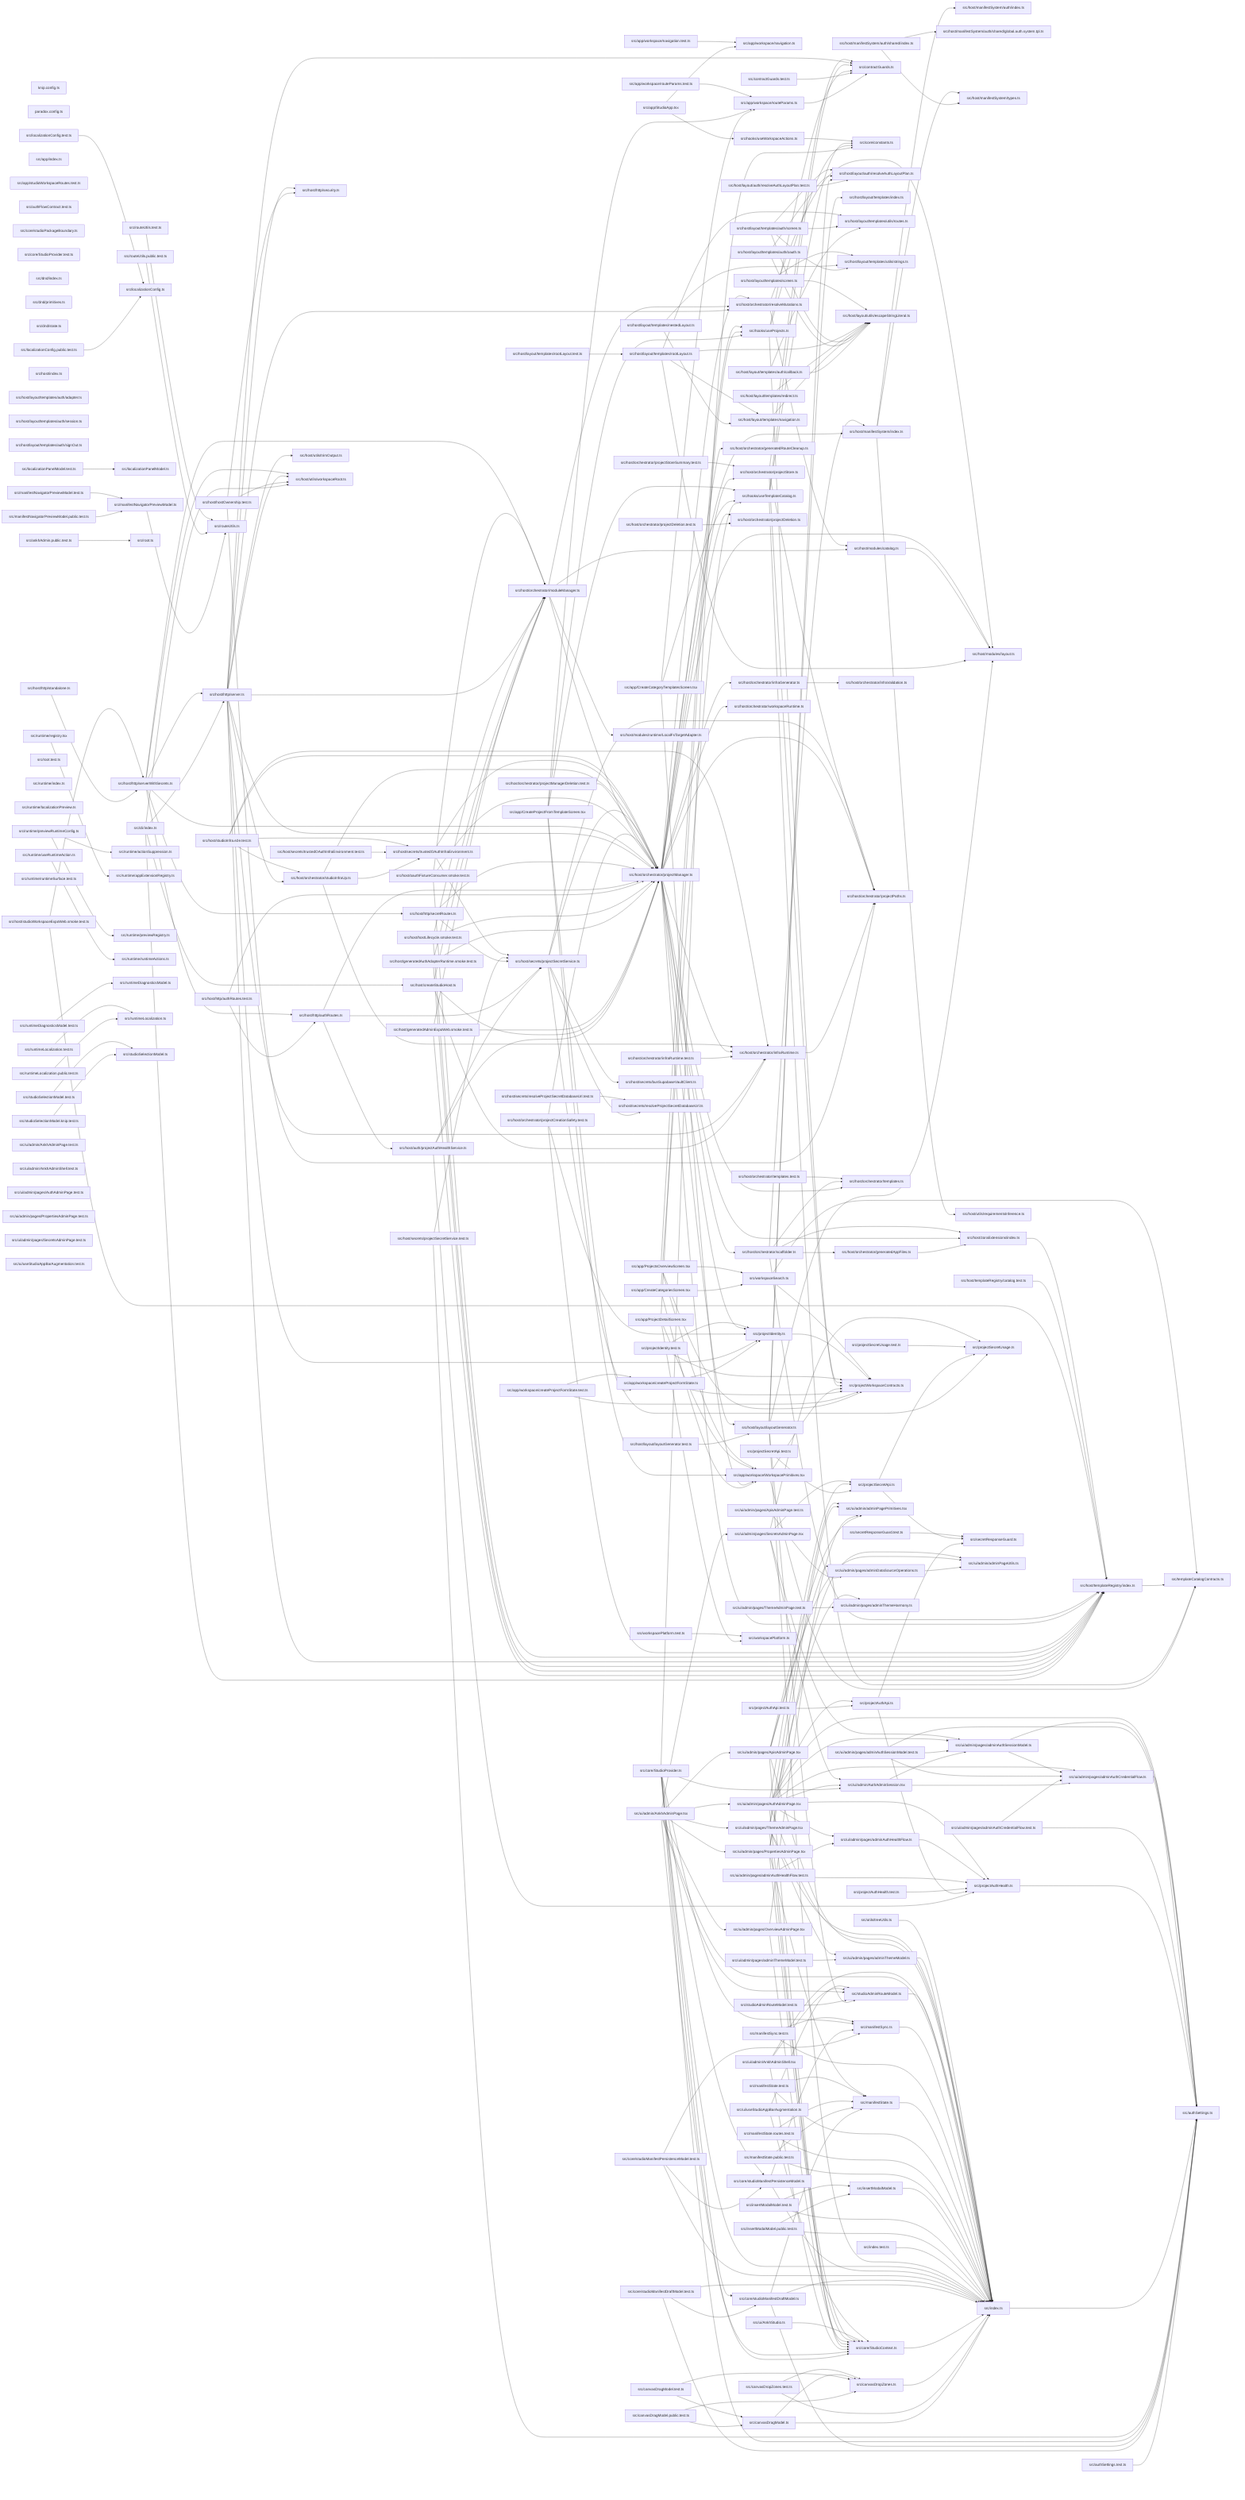
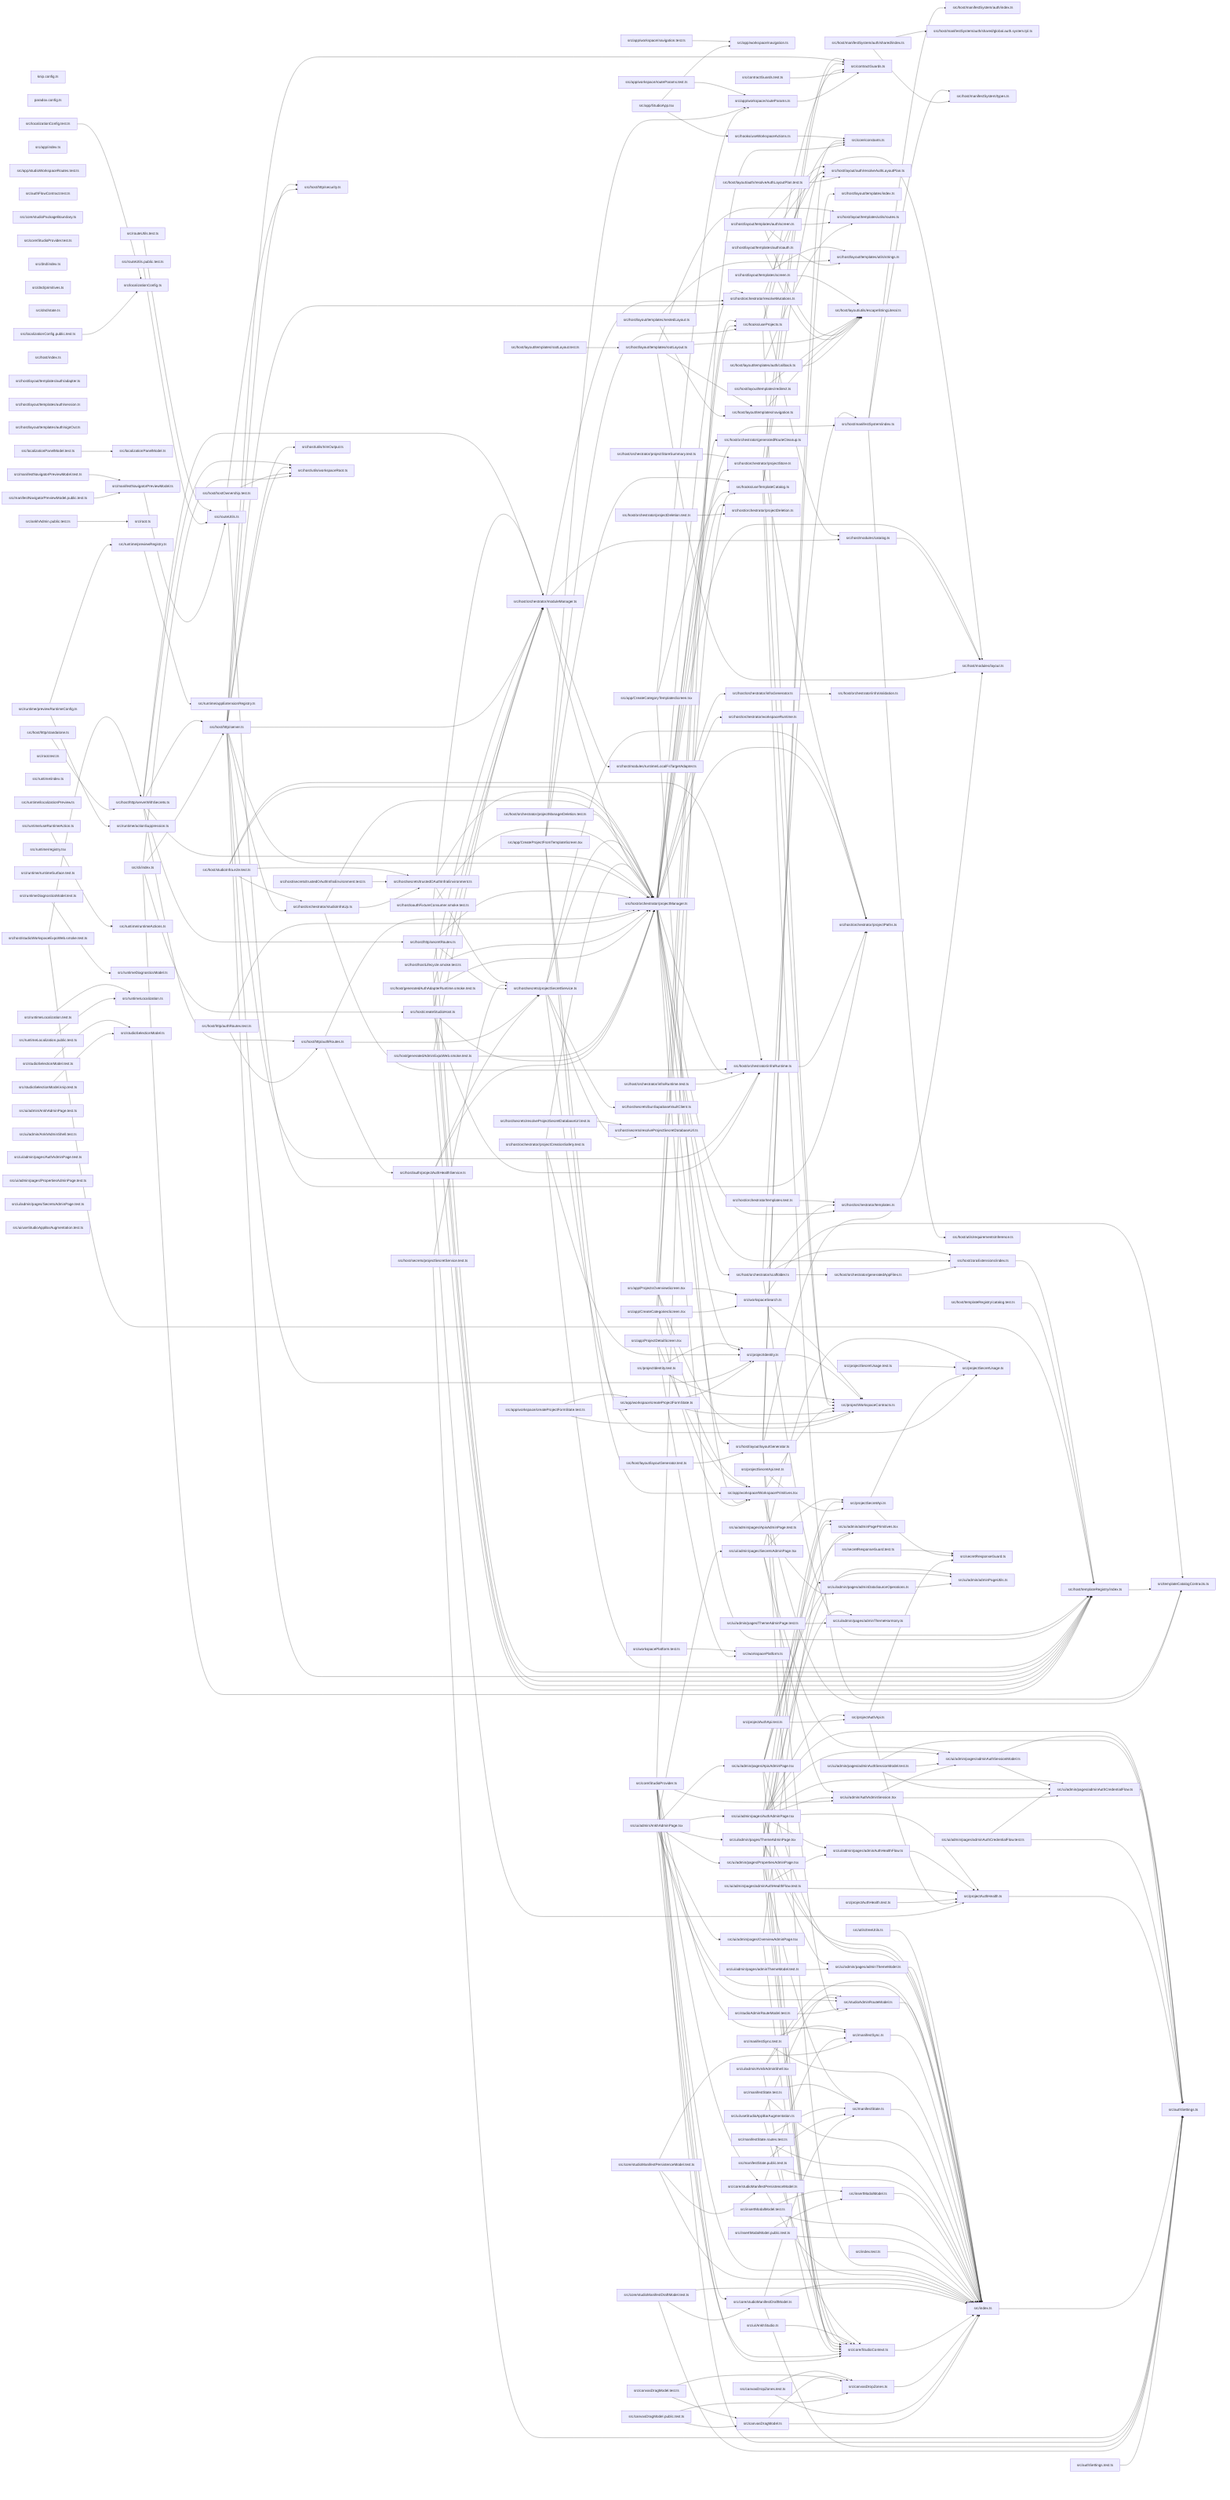
graph LR
  module_knip_config_ts["knip.config.ts"]
  module_paradox_config_ts["paradox.config.ts"]
  module_src_ankhAdmin_public_test_ts["src/ankhAdmin.public.test.ts"]
  module_src_app_CreateCategoriesScreen_tsx["src/app/CreateCategoriesScreen.tsx"]
  module_src_app_CreateCategoryTemplatesScreen_tsx["src/app/CreateCategoryTemplatesScreen.tsx"]
  module_src_app_CreateProjectFromTemplateScreen_tsx["src/app/CreateProjectFromTemplateScreen.tsx"]
  module_src_app_index_ts["src/app/index.ts"]
  module_src_app_ProjectDetailScreen_tsx["src/app/ProjectDetailScreen.tsx"]
  module_src_app_ProjectsOverviewScreen_tsx["src/app/ProjectsOverviewScreen.tsx"]
  module_src_app_StudioApp_tsx["src/app/StudioApp.tsx"]
  module_src_app_studioWorkspaceRoutes_test_ts["src/app/studioWorkspaceRoutes.test.ts"]
  module_src_app_workspace_createProjectFormState_test_ts["src/app/workspace/createProjectFormState.test.ts"]
  module_src_app_workspace_createProjectFormState_ts["src/app/workspace/createProjectFormState.ts"]
  module_src_app_workspace_navigation_test_ts["src/app/workspace/navigation.test.ts"]
  module_src_app_workspace_navigation_ts["src/app/workspace/navigation.ts"]
  module_src_app_workspace_routeParams_test_ts["src/app/workspace/routeParams.test.ts"]
  module_src_app_workspace_routeParams_ts["src/app/workspace/routeParams.ts"]
  module_src_app_workspace_WorkspacePrimitives_tsx["src/app/workspace/WorkspacePrimitives.tsx"]
  module_src_authFlowContract_test_ts["src/authFlowContract.test.ts"]
  module_src_authSettings_test_ts["src/authSettings.test.ts"]
  module_src_authSettings_ts["src/authSettings.ts"]
  module_src_canvasDragModel_public_test_ts["src/canvasDragModel.public.test.ts"]
  module_src_canvasDragModel_test_ts["src/canvasDragModel.test.ts"]
  module_src_canvasDragModel_ts["src/canvasDragModel.ts"]
  module_src_canvasDropZones_test_ts["src/canvasDropZones.test.ts"]
  module_src_canvasDropZones_ts["src/canvasDropZones.ts"]
  module_src_cli_index_ts["src/cli/index.ts"]
  module_src_contractGuards_test_ts["src/contractGuards.test.ts"]
  module_src_contractGuards_ts["src/contractGuards.ts"]
  module_src_core_constants_ts["src/core/constants.ts"]
  module_src_core_StudioContext_ts["src/core/StudioContext.ts"]
  module_src_core_studioManifestDraftModel_test_ts["src/core/studioManifestDraftModel.test.ts"]
  module_src_core_studioManifestDraftModel_ts["src/core/studioManifestDraftModel.ts"]
  module_src_core_studioManifestPersistenceModel_test_ts["src/core/studioManifestPersistenceModel.test.ts"]
  module_src_core_studioManifestPersistenceModel_ts["src/core/studioManifestPersistenceModel.ts"]
  module_src_core_studioPackageBoundary_ts["src/core/studioPackageBoundary.ts"]
  module_src_core_StudioProvider_test_ts["src/core/StudioProvider.test.ts"]
  module_src_core_StudioProvider_ts["src/core/StudioProvider.ts"]
  module_src_dnd_index_ts["src/dnd/index.ts"]
  module_src_dnd_primitives_ts["src/dnd/primitives.ts"]
  module_src_dnd_state_ts["src/dnd/state.ts"]
  module_src_hooks_useProjects_ts["src/hooks/useProjects.ts"]
  module_src_hooks_useTemplateCatalog_ts["src/hooks/useTemplateCatalog.ts"]
  module_src_hooks_useWorkspaceActions_ts["src/hooks/useWorkspaceActions.ts"]
  module_src_host_auth_projectAuthHealthService_ts["src/host/auth/projectAuthHealthService.ts"]
  module_src_host_createStudioHost_ts["src/host/createStudioHost.ts"]
  module_src_host_generatedAdminExpoWeb_smoke_test_ts["src/host/generatedAdminExpoWeb.smoke.test.ts"]
  module_src_host_generatedAuthAdapterRuntime_smoke_test_ts["src/host/generatedAuthAdapterRuntime.smoke.test.ts"]
  module_src_host_hostLifecycle_smoke_test_ts["src/host/hostLifecycle.smoke.test.ts"]
  module_src_host_hostOwnership_test_ts["src/host/hostOwnership.test.ts"]
  module_src_host_http_authRoutes_test_ts["src/host/http/authRoutes.test.ts"]
  module_src_host_http_authRoutes_ts["src/host/http/authRoutes.ts"]
  module_src_host_http_secretRoutes_ts["src/host/http/secretRoutes.ts"]
  module_src_host_http_security_ts["src/host/http/security.ts"]
  module_src_host_http_server_ts["src/host/http/server.ts"]
  module_src_host_http_serverWithSecrets_ts["src/host/http/serverWithSecrets.ts"]
  module_src_host_http_standalone_ts["src/host/http/standalone.ts"]
  module_src_host_index_ts["src/host/index.ts"]
  module_src_host_layout_auth_resolveAuthLayoutPlan_test_ts["src/host/layout/auth/resolveAuthLayoutPlan.test.ts"]
  module_src_host_layout_auth_resolveAuthLayoutPlan_ts["src/host/layout/auth/resolveAuthLayoutPlan.ts"]
  module_src_host_layout_layoutGenerator_test_ts["src/host/layout/layoutGenerator.test.ts"]
  module_src_host_layout_layoutGenerator_ts["src/host/layout/layoutGenerator.ts"]
  module_src_host_layout_templates_auth_adapter_ts["src/host/layout/templates/auth/adapter.ts"]
  module_src_host_layout_templates_auth_callback_ts["src/host/layout/templates/auth/callback.ts"]
  module_src_host_layout_templates_auth_oauth_ts["src/host/layout/templates/auth/oauth.ts"]
  module_src_host_layout_templates_auth_screen_ts["src/host/layout/templates/auth/screen.ts"]
  module_src_host_layout_templates_auth_session_ts["src/host/layout/templates/auth/session.ts"]
  module_src_host_layout_templates_auth_signOut_ts["src/host/layout/templates/auth/signOut.ts"]
  module_src_host_layout_templates_index_ts["src/host/layout/templates/index.ts"]
  module_src_host_layout_templates_navigation_ts["src/host/layout/templates/navigation.ts"]
  module_src_host_layout_templates_nestedLayout_ts["src/host/layout/templates/nestedLayout.ts"]
  module_src_host_layout_templates_redirect_ts["src/host/layout/templates/redirect.ts"]
  module_src_host_layout_templates_rootLayout_test_ts["src/host/layout/templates/rootLayout.test.ts"]
  module_src_host_layout_templates_rootLayout_ts["src/host/layout/templates/rootLayout.ts"]
  module_src_host_layout_templates_screen_ts["src/host/layout/templates/screen.ts"]
  module_src_host_layout_templates_utils_routes_ts["src/host/layout/templates/utils/routes.ts"]
  module_src_host_layout_templates_utils_strings_ts["src/host/layout/templates/utils/strings.ts"]
  module_src_host_layout_utils_escapeStringLiteral_ts["src/host/layout/utils/escapeStringLiteral.ts"]
  module_src_host_manifestSystem_auth_index_ts["src/host/manifestSystem/auth/index.ts"]
  module_src_host_manifestSystem_auth_shared_global_auth_system_tpl_ts["src/host/manifestSystem/auth/shared/global.auth.system.tpl.ts"]
  module_src_host_manifestSystem_auth_shared_index_ts["src/host/manifestSystem/auth/shared/index.ts"]
  module_src_host_manifestSystem_index_ts["src/host/manifestSystem/index.ts"]
  module_src_host_manifestSystem_types_ts["src/host/manifestSystem/types.ts"]
  module_src_host_modules_catalog_ts["src/host/modules/catalog.ts"]
  module_src_host_modules_layout_ts["src/host/modules/layout.ts"]
  module_src_host_modules_runtime_LocalFsTargetAdapter_ts["src/host/modules/runtime/LocalFsTargetAdapter.ts"]
  module_src_host_oauthFixtureConsumer_smoke_test_ts["src/host/oauthFixtureConsumer.smoke.test.ts"]
  module_src_host_orchestrator_generatedAppFiles_ts["src/host/orchestrator/generatedAppFiles.ts"]
  module_src_host_orchestrator_generatedRouteCleanup_ts["src/host/orchestrator/generatedRouteCleanup.ts"]
  module_src_host_orchestrator_infraGenerator_ts["src/host/orchestrator/infraGenerator.ts"]
  module_src_host_orchestrator_infraRuntime_test_ts["src/host/orchestrator/infraRuntime.test.ts"]
  module_src_host_orchestrator_infraRuntime_ts["src/host/orchestrator/infraRuntime.ts"]
  module_src_host_orchestrator_infraValidation_ts["src/host/orchestrator/infraValidation.ts"]
  module_src_host_orchestrator_moduleManager_ts["src/host/orchestrator/moduleManager.ts"]
  module_src_host_orchestrator_projectCreationSafety_test_ts["src/host/orchestrator/projectCreationSafety.test.ts"]
  module_src_host_orchestrator_projectDeletion_test_ts["src/host/orchestrator/projectDeletion.test.ts"]
  module_src_host_orchestrator_projectDeletion_ts["src/host/orchestrator/projectDeletion.ts"]
  module_src_host_orchestrator_projectManager_ts["src/host/orchestrator/projectManager.ts"]
  module_src_host_orchestrator_projectManagerDeletion_test_ts["src/host/orchestrator/projectManagerDeletion.test.ts"]
  module_src_host_orchestrator_projectPaths_ts["src/host/orchestrator/projectPaths.ts"]
  module_src_host_orchestrator_projectStore_ts["src/host/orchestrator/projectStore.ts"]
  module_src_host_orchestrator_projectStoreSummary_test_ts["src/host/orchestrator/projectStoreSummary.test.ts"]
  module_src_host_orchestrator_resolveMutations_ts["src/host/orchestrator/resolveMutations.ts"]
  module_src_host_orchestrator_scaffolder_ts["src/host/orchestrator/scaffolder.ts"]
  module_src_host_orchestrator_studioInfraUp_ts["src/host/orchestrator/studioInfraUp.ts"]
  module_src_host_orchestrator_templates_test_ts["src/host/orchestrator/templates.test.ts"]
  module_src_host_orchestrator_templates_ts["src/host/orchestrator/templates.ts"]
  module_src_host_orchestrator_workspaceRuntime_ts["src/host/orchestrator/workspaceRuntime.ts"]
  module_src_host_secrets_bunSupabaseVaultClient_ts["src/host/secrets/bunSupabaseVaultClient.ts"]
  module_src_host_secrets_projectSecretService_test_ts["src/host/secrets/projectSecretService.test.ts"]
  module_src_host_secrets_projectSecretService_ts["src/host/secrets/projectSecretService.ts"]
  module_src_host_secrets_resolveProjectSecretDatabaseUrl_test_ts["src/host/secrets/resolveProjectSecretDatabaseUrl.test.ts"]
  module_src_host_secrets_resolveProjectSecretDatabaseUrl_ts["src/host/secrets/resolveProjectSecretDatabaseUrl.ts"]
  module_src_host_secrets_trustedOAuthInfraEnvironment_test_ts["src/host/secrets/trustedOAuthInfraEnvironment.test.ts"]
  module_src_host_secrets_trustedOAuthInfraEnvironment_ts["src/host/secrets/trustedOAuthInfraEnvironment.ts"]
  module_src_host_studioInfra_e2e_test_ts["src/host/studioInfra.e2e.test.ts"]
  module_src_host_studioWorkspaceExpoWeb_smoke_test_ts["src/host/studioWorkspaceExpoWeb.smoke.test.ts"]
  module_src_host_templateRegistry_catalog_test_ts["src/host/templateRegistry/catalog.test.ts"]
  module_src_host_templateRegistry_index_ts["src/host/templateRegistry/index.ts"]
  module_src_host_utils_requirementsInference_ts["src/host/utils/requirementsInference.ts"]
  module_src_host_utils_trimOutput_ts["src/host/utils/trimOutput.ts"]
  module_src_host_utils_workspaceRoot_ts["src/host/utils/workspaceRoot.ts"]
  module_src_host_zoraExtensions_index_ts["src/host/zoraExtensions/index.ts"]
  module_src_index_test_ts["src/index.test.ts"]
  module_src_index_ts["src/index.ts"]
  module_src_insertModalModel_public_test_ts["src/insertModalModel.public.test.ts"]
  module_src_insertModalModel_test_ts["src/insertModalModel.test.ts"]
  module_src_insertModalModel_ts["src/insertModalModel.ts"]
  module_src_localizationConfig_public_test_ts["src/localizationConfig.public.test.ts"]
  module_src_localizationConfig_test_ts["src/localizationConfig.test.ts"]
  module_src_localizationConfig_ts["src/localizationConfig.ts"]
  module_src_localizationPanelModel_test_ts["src/localizationPanelModel.test.ts"]
  module_src_localizationPanelModel_ts["src/localizationPanelModel.ts"]
  module_src_manifestNavigatorPreviewModel_public_test_ts["src/manifestNavigatorPreviewModel.public.test.ts"]
  module_src_manifestNavigatorPreviewModel_test_ts["src/manifestNavigatorPreviewModel.test.ts"]
  module_src_manifestNavigatorPreviewModel_ts["src/manifestNavigatorPreviewModel.ts"]
  module_src_manifestState_public_test_ts["src/manifestState.public.test.ts"]
  module_src_manifestState_routes_test_ts["src/manifestState.routes.test.ts"]
  module_src_manifestState_test_ts["src/manifestState.test.ts"]
  module_src_manifestState_ts["src/manifestState.ts"]
  module_src_manifestSync_test_ts["src/manifestSync.test.ts"]
  module_src_manifestSync_ts["src/manifestSync.ts"]
  module_src_projectAuthApi_test_ts["src/projectAuthApi.test.ts"]
  module_src_projectAuthApi_ts["src/projectAuthApi.ts"]
  module_src_projectAuthHealth_test_ts["src/projectAuthHealth.test.ts"]
  module_src_projectAuthHealth_ts["src/projectAuthHealth.ts"]
  module_src_projectIdentity_test_ts["src/projectIdentity.test.ts"]
  module_src_projectIdentity_ts["src/projectIdentity.ts"]
  module_src_projectSecretApi_test_ts["src/projectSecretApi.test.ts"]
  module_src_projectSecretApi_ts["src/projectSecretApi.ts"]
  module_src_projectSecretUsage_test_ts["src/projectSecretUsage.test.ts"]
  module_src_projectSecretUsage_ts["src/projectSecretUsage.ts"]
  module_src_projectWorkspaceContracts_ts["src/projectWorkspaceContracts.ts"]
  module_src_root_test_ts["src/root.test.ts"]
  module_src_root_ts["src/root.ts"]
  module_src_routeUtils_public_test_ts["src/routeUtils.public.test.ts"]
  module_src_routeUtils_test_ts["src/routeUtils.test.ts"]
  module_src_routeUtils_ts["src/routeUtils.ts"]
  module_src_runtime_actionSuppression_ts["src/runtime/actionSuppression.ts"]
  module_src_runtime_appExtensionRegistry_ts["src/runtime/appExtensionRegistry.ts"]
  module_src_runtime_index_ts["src/runtime/index.ts"]
  module_src_runtime_localizationPreview_ts["src/runtime/localizationPreview.ts"]
  module_src_runtime_previewRegistry_ts["src/runtime/previewRegistry.ts"]
  module_src_runtime_previewRuntimeConfig_ts["src/runtime/previewRuntimeConfig.ts"]
  module_src_runtime_registry_tsx["src/runtime/registry.tsx"]
  module_src_runtime_runtimeActions_ts["src/runtime/runtimeActions.ts"]
  module_src_runtime_runtimeSurface_test_ts["src/runtime/runtimeSurface.test.ts"]
  module_src_runtime_useRuntimeAction_ts["src/runtime/useRuntimeAction.ts"]
  module_src_runtimeDiagnosticsModel_test_ts["src/runtimeDiagnosticsModel.test.ts"]
  module_src_runtimeDiagnosticsModel_ts["src/runtimeDiagnosticsModel.ts"]
  module_src_runtimeLocalization_public_test_ts["src/runtimeLocalization.public.test.ts"]
  module_src_runtimeLocalization_test_ts["src/runtimeLocalization.test.ts"]
  module_src_runtimeLocalization_ts["src/runtimeLocalization.ts"]
  module_src_secretResponseGuard_test_ts["src/secretResponseGuard.test.ts"]
  module_src_secretResponseGuard_ts["src/secretResponseGuard.ts"]
  module_src_studioAdminRouteModel_test_ts["src/studioAdminRouteModel.test.ts"]
  module_src_studioAdminRouteModel_ts["src/studioAdminRouteModel.ts"]
  module_src_studioSelectionModel_knip_test_ts["src/studioSelectionModel.knip.test.ts"]
  module_src_studioSelectionModel_test_ts["src/studioSelectionModel.test.ts"]
  module_src_studioSelectionModel_ts["src/studioSelectionModel.ts"]
  module_src_templateCatalogContracts_ts["src/templateCatalogContracts.ts"]
  module_src_ui_admin_adminPagePrimitives_tsx["src/ui/admin/adminPagePrimitives.tsx"]
  module_src_ui_admin_adminPageUtils_ts["src/ui/admin/adminPageUtils.ts"]
  module_src_ui_admin_AnkhAdminPage_test_ts["src/ui/admin/AnkhAdminPage.test.ts"]
  module_src_ui_admin_AnkhAdminPage_tsx["src/ui/admin/AnkhAdminPage.tsx"]
  module_src_ui_admin_AnkhAdminShell_test_ts["src/ui/admin/AnkhAdminShell.test.ts"]
  module_src_ui_admin_AnkhAdminShell_tsx["src/ui/admin/AnkhAdminShell.tsx"]
  module_src_ui_admin_AuthAdminSession_tsx["src/ui/admin/AuthAdminSession.tsx"]
  module_src_ui_admin_pages_adminAuthCredentialFlow_test_ts["src/ui/admin/pages/adminAuthCredentialFlow.test.ts"]
  module_src_ui_admin_pages_adminAuthCredentialFlow_ts["src/ui/admin/pages/adminAuthCredentialFlow.ts"]
  module_src_ui_admin_pages_adminAuthHealthFlow_test_ts["src/ui/admin/pages/adminAuthHealthFlow.test.ts"]
  module_src_ui_admin_pages_adminAuthHealthFlow_ts["src/ui/admin/pages/adminAuthHealthFlow.ts"]
  module_src_ui_admin_pages_adminAuthSessionModel_test_ts["src/ui/admin/pages/adminAuthSessionModel.test.ts"]
  module_src_ui_admin_pages_adminAuthSessionModel_ts["src/ui/admin/pages/adminAuthSessionModel.ts"]
  module_src_ui_admin_pages_adminDataSourceOperations_ts["src/ui/admin/pages/adminDataSourceOperations.ts"]
  module_src_ui_admin_pages_adminThemeHarmony_ts["src/ui/admin/pages/adminThemeHarmony.ts"]
  module_src_ui_admin_pages_adminThemeModel_test_ts["src/ui/admin/pages/adminThemeModel.test.ts"]
  module_src_ui_admin_pages_adminThemeModel_ts["src/ui/admin/pages/adminThemeModel.ts"]
  module_src_ui_admin_pages_ApisAdminPage_test_ts["src/ui/admin/pages/ApisAdminPage.test.ts"]
  module_src_ui_admin_pages_ApisAdminPage_tsx["src/ui/admin/pages/ApisAdminPage.tsx"]
  module_src_ui_admin_pages_AuthAdminPage_test_ts["src/ui/admin/pages/AuthAdminPage.test.ts"]
  module_src_ui_admin_pages_AuthAdminPage_tsx["src/ui/admin/pages/AuthAdminPage.tsx"]
  module_src_ui_admin_pages_OverviewAdminPage_tsx["src/ui/admin/pages/OverviewAdminPage.tsx"]
  module_src_ui_admin_pages_PropertiesAdminPage_test_ts["src/ui/admin/pages/PropertiesAdminPage.test.ts"]
  module_src_ui_admin_pages_PropertiesAdminPage_tsx["src/ui/admin/pages/PropertiesAdminPage.tsx"]
  module_src_ui_admin_pages_SecretsAdminPage_test_ts["src/ui/admin/pages/SecretsAdminPage.test.ts"]
  module_src_ui_admin_pages_SecretsAdminPage_tsx["src/ui/admin/pages/SecretsAdminPage.tsx"]
  module_src_ui_admin_pages_ThemeAdminPage_test_ts["src/ui/admin/pages/ThemeAdminPage.test.ts"]
  module_src_ui_admin_pages_ThemeAdminPage_tsx["src/ui/admin/pages/ThemeAdminPage.tsx"]
  module_src_ui_AnkhStudio_ts["src/ui/AnkhStudio.ts"]
  module_src_ui_useStudioAppBarAugmentation_test_ts["src/ui/useStudioAppBarAugmentation.test.ts"]
  module_src_ui_useStudioAppBarAugmentation_ts["src/ui/useStudioAppBarAugmentation.ts"]
  module_src_utils_treeUtils_ts["src/utils/treeUtils.ts"]
  module_src_workspacePlatform_test_ts["src/workspacePlatform.test.ts"]
  module_src_workspacePlatform_ts["src/workspacePlatform.ts"]
  module_src_workspaceSearch_ts["src/workspaceSearch.ts"]
  module_src_ankhAdmin_public_test_ts --> module_src_root_ts
  module_src_app_CreateCategoriesScreen_tsx --> module_src_app_workspace_WorkspacePrimitives_tsx
  module_src_app_CreateCategoriesScreen_tsx --> module_src_hooks_useTemplateCatalog_ts
  module_src_app_CreateCategoriesScreen_tsx --> module_src_workspaceSearch_ts
  module_src_app_CreateCategoryTemplatesScreen_tsx --> module_src_app_workspace_routeParams_ts
  module_src_app_CreateCategoryTemplatesScreen_tsx --> module_src_app_workspace_WorkspacePrimitives_tsx
  module_src_app_CreateCategoryTemplatesScreen_tsx --> module_src_hooks_useTemplateCatalog_ts
  module_src_app_CreateProjectFromTemplateScreen_tsx --> module_src_app_workspace_createProjectFormState_ts
  module_src_app_CreateProjectFromTemplateScreen_tsx --> module_src_app_workspace_routeParams_ts
  module_src_app_CreateProjectFromTemplateScreen_tsx --> module_src_app_workspace_WorkspacePrimitives_tsx
  module_src_app_CreateProjectFromTemplateScreen_tsx --> module_src_hooks_useProjects_ts
  module_src_app_CreateProjectFromTemplateScreen_tsx --> module_src_hooks_useTemplateCatalog_ts
  module_src_app_ProjectDetailScreen_tsx --> module_src_app_workspace_WorkspacePrimitives_tsx
  module_src_app_ProjectDetailScreen_tsx --> module_src_hooks_useProjects_ts
  module_src_app_ProjectDetailScreen_tsx --> module_src_workspacePlatform_ts
  module_src_app_ProjectsOverviewScreen_tsx --> module_src_app_workspace_WorkspacePrimitives_tsx
  module_src_app_ProjectsOverviewScreen_tsx --> module_src_hooks_useProjects_ts
  module_src_app_ProjectsOverviewScreen_tsx --> module_src_projectWorkspaceContracts_ts
  module_src_app_ProjectsOverviewScreen_tsx --> module_src_workspaceSearch_ts
  module_src_app_StudioApp_tsx --> module_src_app_workspace_navigation_ts
  module_src_app_StudioApp_tsx --> module_src_hooks_useWorkspaceActions_ts
  module_src_app_workspace_createProjectFormState_test_ts --> module_src_app_workspace_createProjectFormState_ts
  module_src_app_workspace_createProjectFormState_test_ts --> module_src_projectWorkspaceContracts_ts
  module_src_app_workspace_createProjectFormState_ts --> module_src_projectIdentity_ts
  module_src_app_workspace_createProjectFormState_ts --> module_src_projectWorkspaceContracts_ts
  module_src_app_workspace_navigation_test_ts --> module_src_app_workspace_navigation_ts
  module_src_app_workspace_routeParams_test_ts --> module_src_app_workspace_routeParams_ts
  module_src_app_workspace_routeParams_ts --> module_src_contractGuards_ts
  module_src_app_workspace_WorkspacePrimitives_tsx --> module_src_projectWorkspaceContracts_ts
  module_src_app_workspace_WorkspacePrimitives_tsx --> module_src_templateCatalogContracts_ts
  module_src_authSettings_test_ts --> module_src_authSettings_ts
  module_src_canvasDragModel_public_test_ts --> module_src_canvasDragModel_ts
  module_src_canvasDragModel_public_test_ts --> module_src_canvasDropZones_ts
  module_src_canvasDragModel_test_ts --> module_src_canvasDragModel_ts
  module_src_canvasDragModel_test_ts --> module_src_canvasDropZones_ts
  module_src_canvasDragModel_ts --> module_src_canvasDropZones_ts
  module_src_canvasDragModel_ts --> module_src_index_ts
  module_src_canvasDropZones_test_ts --> module_src_canvasDropZones_ts
  module_src_canvasDropZones_test_ts --> module_src_index_ts
  module_src_canvasDropZones_ts --> module_src_index_ts
  module_src_cli_index_ts --> module_src_host_createStudioHost_ts
  module_src_cli_index_ts --> module_src_host_http_server_ts
  module_src_cli_index_ts --> module_src_host_templateRegistry_index_ts
  module_src_cli_index_ts --> module_src_host_utils_workspaceRoot_ts
  module_src_contractGuards_test_ts --> module_src_contractGuards_ts
  module_src_core_StudioContext_ts --> module_src_index_ts
  module_src_core_studioManifestDraftModel_test_ts --> module_src_authSettings_ts
  module_src_core_studioManifestDraftModel_test_ts --> module_src_core_studioManifestDraftModel_ts
  module_src_core_studioManifestDraftModel_test_ts --> module_src_index_ts
  module_src_core_studioManifestDraftModel_ts --> module_src_authSettings_ts
  module_src_core_studioManifestDraftModel_ts --> module_src_index_ts
  module_src_core_studioManifestDraftModel_ts --> module_src_manifestState_ts
  module_src_core_studioManifestPersistenceModel_test_ts --> module_src_core_studioManifestPersistenceModel_ts
  module_src_core_studioManifestPersistenceModel_test_ts --> module_src_index_ts
  module_src_core_studioManifestPersistenceModel_test_ts --> module_src_manifestSync_ts
  module_src_core_studioManifestPersistenceModel_ts --> module_src_index_ts
  module_src_core_studioManifestPersistenceModel_ts --> module_src_manifestSync_ts
  module_src_core_StudioProvider_ts --> module_src_authSettings_ts
  module_src_core_StudioProvider_ts --> module_src_core_constants_ts
  module_src_core_StudioProvider_ts --> module_src_core_StudioContext_ts
  module_src_core_StudioProvider_ts --> module_src_core_studioManifestDraftModel_ts
  module_src_core_StudioProvider_ts --> module_src_core_studioManifestPersistenceModel_ts
  module_src_core_StudioProvider_ts --> module_src_index_ts
  module_src_core_StudioProvider_ts --> module_src_manifestSync_ts
  module_src_core_StudioProvider_ts --> module_src_ui_admin_AuthAdminSession_tsx
  module_src_hooks_useProjects_ts --> module_src_contractGuards_ts
  module_src_hooks_useProjects_ts --> module_src_core_constants_ts
  module_src_hooks_useProjects_ts --> module_src_projectWorkspaceContracts_ts
  module_src_hooks_useTemplateCatalog_ts --> module_src_contractGuards_ts
  module_src_hooks_useTemplateCatalog_ts --> module_src_core_constants_ts
  module_src_hooks_useTemplateCatalog_ts --> module_src_templateCatalogContracts_ts
  module_src_hooks_useWorkspaceActions_ts --> module_src_core_constants_ts
  module_src_host_auth_projectAuthHealthService_ts --> module_src_host_orchestrator_projectManager_ts
  module_src_host_auth_projectAuthHealthService_ts --> module_src_host_secrets_projectSecretService_ts
  module_src_host_auth_projectAuthHealthService_ts --> module_src_projectAuthHealth_ts
  module_src_host_createStudioHost_ts --> module_src_host_orchestrator_infraRuntime_ts
  module_src_host_createStudioHost_ts --> module_src_host_orchestrator_moduleManager_ts
  module_src_host_createStudioHost_ts --> module_src_host_orchestrator_projectManager_ts
  module_src_host_generatedAdminExpoWeb_smoke_test_ts --> module_src_host_orchestrator_moduleManager_ts
  module_src_host_generatedAdminExpoWeb_smoke_test_ts --> module_src_host_orchestrator_projectManager_ts
  module_src_host_generatedAdminExpoWeb_smoke_test_ts --> module_src_host_templateRegistry_index_ts
  module_src_host_generatedAuthAdapterRuntime_smoke_test_ts --> module_src_host_orchestrator_moduleManager_ts
  module_src_host_generatedAuthAdapterRuntime_smoke_test_ts --> module_src_host_orchestrator_projectManager_ts
  module_src_host_generatedAuthAdapterRuntime_smoke_test_ts --> module_src_host_templateRegistry_index_ts
  module_src_host_hostLifecycle_smoke_test_ts --> module_src_host_orchestrator_moduleManager_ts
  module_src_host_hostLifecycle_smoke_test_ts --> module_src_host_orchestrator_projectManager_ts
  module_src_host_hostLifecycle_smoke_test_ts --> module_src_host_templateRegistry_index_ts
  module_src_host_hostOwnership_test_ts --> module_src_host_http_security_ts
  module_src_host_hostOwnership_test_ts --> module_src_host_orchestrator_projectPaths_ts
  module_src_host_hostOwnership_test_ts --> module_src_host_utils_workspaceRoot_ts
  module_src_host_http_authRoutes_test_ts --> module_src_host_http_authRoutes_ts
  module_src_host_http_authRoutes_test_ts --> module_src_host_orchestrator_projectManager_ts
  module_src_host_http_authRoutes_ts --> module_src_host_auth_projectAuthHealthService_ts
  module_src_host_http_authRoutes_ts --> module_src_host_orchestrator_projectManager_ts
  module_src_host_http_authRoutes_ts --> module_src_host_secrets_projectSecretService_ts
  module_src_host_http_secretRoutes_ts --> module_src_host_orchestrator_projectManager_ts
  module_src_host_http_secretRoutes_ts --> module_src_host_secrets_projectSecretService_ts
  module_src_host_http_server_ts --> module_src_contractGuards_ts
  module_src_host_http_server_ts --> module_src_host_http_security_ts
  module_src_host_http_server_ts --> module_src_host_orchestrator_infraRuntime_ts
  module_src_host_http_server_ts --> module_src_host_orchestrator_moduleManager_ts
  module_src_host_http_server_ts --> module_src_host_orchestrator_projectManager_ts
  module_src_host_http_server_ts --> module_src_host_orchestrator_resolveMutations_ts
  module_src_host_http_server_ts --> module_src_host_orchestrator_studioInfraUp_ts
  module_src_host_http_server_ts --> module_src_host_templateRegistry_index_ts
  module_src_host_http_server_ts --> module_src_host_utils_trimOutput_ts
  module_src_host_http_server_ts --> module_src_host_utils_workspaceRoot_ts
  module_src_host_http_server_ts --> module_src_projectIdentity_ts
  module_src_host_http_serverWithSecrets_ts --> module_src_host_http_authRoutes_ts
  module_src_host_http_serverWithSecrets_ts --> module_src_host_http_secretRoutes_ts
  module_src_host_http_serverWithSecrets_ts --> module_src_host_http_server_ts
  module_src_host_http_serverWithSecrets_ts --> module_src_host_orchestrator_moduleManager_ts
  module_src_host_http_serverWithSecrets_ts --> module_src_host_orchestrator_projectManager_ts
  module_src_host_http_serverWithSecrets_ts --> module_src_host_utils_workspaceRoot_ts
  module_src_host_http_standalone_ts --> module_src_host_http_serverWithSecrets_ts
  module_src_host_layout_auth_resolveAuthLayoutPlan_test_ts --> module_src_host_layout_auth_resolveAuthLayoutPlan_ts
  module_src_host_layout_layoutGenerator_test_ts --> module_src_host_layout_layoutGenerator_ts
  module_src_host_layout_layoutGenerator_ts --> module_src_host_layout_auth_resolveAuthLayoutPlan_ts
  module_src_host_layout_layoutGenerator_ts --> module_src_host_layout_templates_index_ts
  module_src_host_layout_layoutGenerator_ts --> module_src_host_modules_layout_ts
  module_src_host_layout_layoutGenerator_ts --> module_src_index_ts
  module_src_host_layout_layoutGenerator_ts --> module_src_studioAdminRouteModel_ts
  module_src_host_layout_templates_auth_callback_ts --> module_src_host_layout_templates_utils_routes_ts
  module_src_host_layout_templates_auth_callback_ts --> module_src_host_layout_utils_escapeStringLiteral_ts
  module_src_host_layout_templates_auth_oauth_ts --> module_src_host_layout_auth_resolveAuthLayoutPlan_ts
  module_src_host_layout_templates_auth_oauth_ts --> module_src_host_layout_utils_escapeStringLiteral_ts
  module_src_host_layout_templates_auth_screen_ts --> module_src_host_layout_auth_resolveAuthLayoutPlan_ts
  module_src_host_layout_templates_auth_screen_ts --> module_src_host_layout_templates_utils_routes_ts
  module_src_host_layout_templates_auth_screen_ts --> module_src_host_layout_templates_utils_strings_ts
  module_src_host_layout_templates_auth_screen_ts --> module_src_host_layout_utils_escapeStringLiteral_ts
  module_src_host_layout_templates_navigation_ts --> module_src_host_layout_utils_escapeStringLiteral_ts
  module_src_host_layout_templates_nestedLayout_ts --> module_src_host_layout_templates_navigation_ts
  module_src_host_layout_templates_nestedLayout_ts --> module_src_host_layout_templates_utils_strings_ts
  module_src_host_layout_templates_redirect_ts --> module_src_host_layout_utils_escapeStringLiteral_ts
  module_src_host_layout_templates_rootLayout_test_ts --> module_src_host_layout_templates_rootLayout_ts
  module_src_host_layout_templates_rootLayout_ts --> module_src_host_layout_templates_navigation_ts
  module_src_host_layout_templates_rootLayout_ts --> module_src_host_layout_templates_utils_routes_ts
  module_src_host_layout_templates_rootLayout_ts --> module_src_host_layout_utils_escapeStringLiteral_ts
  module_src_host_layout_templates_rootLayout_ts --> module_src_host_modules_layout_ts
  module_src_host_layout_templates_screen_ts --> module_src_host_layout_templates_utils_strings_ts
  module_src_host_layout_templates_screen_ts --> module_src_host_layout_utils_escapeStringLiteral_ts
  module_src_host_manifestSystem_auth_shared_index_ts --> module_src_host_manifestSystem_auth_shared_global_auth_system_tpl_ts
  module_src_host_manifestSystem_auth_shared_index_ts --> module_src_host_manifestSystem_types_ts
  module_src_host_manifestSystem_index_ts --> module_src_host_manifestSystem_auth_index_ts
  module_src_host_manifestSystem_index_ts --> module_src_host_manifestSystem_types_ts
  module_src_host_manifestSystem_index_ts --> module_src_host_utils_requirementsInference_ts
  module_src_host_modules_catalog_ts --> module_src_host_modules_layout_ts
  module_src_host_oauthFixtureConsumer_smoke_test_ts --> module_src_host_orchestrator_moduleManager_ts
  module_src_host_oauthFixtureConsumer_smoke_test_ts --> module_src_host_orchestrator_projectManager_ts
  module_src_host_oauthFixtureConsumer_smoke_test_ts --> module_src_host_templateRegistry_index_ts
  module_src_host_orchestrator_generatedAppFiles_ts --> module_src_host_zoraExtensions_index_ts
  module_src_host_orchestrator_infraGenerator_ts --> module_src_host_orchestrator_infraValidation_ts
  module_src_host_orchestrator_infraRuntime_test_ts --> module_src_host_orchestrator_infraRuntime_ts
  module_src_host_orchestrator_infraRuntime_ts --> module_src_host_orchestrator_projectPaths_ts
  module_src_host_orchestrator_moduleManager_ts --> module_src_host_modules_catalog_ts
  module_src_host_orchestrator_moduleManager_ts --> module_src_host_modules_runtime_LocalFsTargetAdapter_ts
  module_src_host_orchestrator_moduleManager_ts --> module_src_host_orchestrator_projectManager_ts
  module_src_host_orchestrator_moduleManager_ts --> module_src_host_orchestrator_resolveMutations_ts
  module_src_host_orchestrator_projectCreationSafety_test_ts --> module_src_host_orchestrator_projectManager_ts
  module_src_host_orchestrator_projectCreationSafety_test_ts --> module_src_host_templateRegistry_index_ts
  module_src_host_orchestrator_projectCreationSafety_test_ts --> module_src_projectIdentity_ts
  module_src_host_orchestrator_projectDeletion_test_ts --> module_src_host_orchestrator_projectDeletion_ts
  module_src_host_orchestrator_projectManager_ts --> module_src_host_layout_layoutGenerator_ts
  module_src_host_orchestrator_projectManager_ts --> module_src_host_manifestSystem_index_ts
  module_src_host_orchestrator_projectManager_ts --> module_src_host_modules_layout_ts
  module_src_host_orchestrator_projectManager_ts --> module_src_host_orchestrator_generatedRouteCleanup_ts
  module_src_host_orchestrator_projectManager_ts --> module_src_host_orchestrator_infraGenerator_ts
  module_src_host_orchestrator_projectManager_ts --> module_src_host_orchestrator_infraRuntime_ts
  module_src_host_orchestrator_projectManager_ts --> module_src_host_orchestrator_projectDeletion_ts
  module_src_host_orchestrator_projectManager_ts --> module_src_host_orchestrator_projectPaths_ts
  module_src_host_orchestrator_projectManager_ts --> module_src_host_orchestrator_projectStore_ts
  module_src_host_orchestrator_projectManager_ts --> module_src_host_orchestrator_resolveMutations_ts
  module_src_host_orchestrator_projectManager_ts --> module_src_host_orchestrator_scaffolder_ts
  module_src_host_orchestrator_projectManager_ts --> module_src_host_orchestrator_templates_ts
  module_src_host_orchestrator_projectManager_ts --> module_src_host_orchestrator_workspaceRuntime_ts
  module_src_host_orchestrator_projectManager_ts --> module_src_host_templateRegistry_index_ts
  module_src_host_orchestrator_projectManager_ts --> module_src_host_zoraExtensions_index_ts
  module_src_host_orchestrator_projectManager_ts --> module_src_projectIdentity_ts
  module_src_host_orchestrator_projectManagerDeletion_test_ts --> module_src_host_orchestrator_projectManager_ts
  module_src_host_orchestrator_projectStore_ts --> module_src_contractGuards_ts
  module_src_host_orchestrator_projectStore_ts --> module_src_host_orchestrator_projectPaths_ts
  module_src_host_orchestrator_projectStore_ts --> module_src_projectWorkspaceContracts_ts
  module_src_host_orchestrator_projectStoreSummary_test_ts --> module_src_host_orchestrator_projectStore_ts
  module_src_host_orchestrator_resolveMutations_ts --> module_src_host_modules_catalog_ts
  module_src_host_orchestrator_resolveMutations_ts --> module_src_host_modules_layout_ts
  module_src_host_orchestrator_scaffolder_ts --> module_src_host_manifestSystem_index_ts
  module_src_host_orchestrator_scaffolder_ts --> module_src_host_orchestrator_generatedAppFiles_ts
  module_src_host_orchestrator_scaffolder_ts --> module_src_host_orchestrator_templates_ts
  module_src_host_orchestrator_scaffolder_ts --> module_src_host_templateRegistry_index_ts
  module_src_host_orchestrator_scaffolder_ts --> module_src_host_zoraExtensions_index_ts
  module_src_host_orchestrator_studioInfraUp_ts --> module_src_host_orchestrator_infraRuntime_ts
  module_src_host_orchestrator_studioInfraUp_ts --> module_src_host_orchestrator_projectManager_ts
  module_src_host_orchestrator_studioInfraUp_ts --> module_src_host_secrets_trustedOAuthInfraEnvironment_ts
  module_src_host_orchestrator_templates_test_ts --> module_src_host_orchestrator_templates_ts
  module_src_host_secrets_projectSecretService_test_ts --> module_src_authSettings_ts
  module_src_host_secrets_projectSecretService_test_ts --> module_src_host_secrets_projectSecretService_ts
  module_src_host_secrets_projectSecretService_ts --> module_src_host_orchestrator_projectManager_ts
  module_src_host_secrets_projectSecretService_ts --> module_src_host_orchestrator_projectPaths_ts
  module_src_host_secrets_projectSecretService_ts --> module_src_host_secrets_bunSupabaseVaultClient_ts
  module_src_host_secrets_projectSecretService_ts --> module_src_host_secrets_resolveProjectSecretDatabaseUrl_ts
  module_src_host_secrets_projectSecretService_ts --> module_src_projectSecretUsage_ts
  module_src_host_secrets_resolveProjectSecretDatabaseUrl_test_ts --> module_src_host_secrets_resolveProjectSecretDatabaseUrl_ts
  module_src_host_secrets_trustedOAuthInfraEnvironment_test_ts --> module_src_host_secrets_trustedOAuthInfraEnvironment_ts
  module_src_host_secrets_trustedOAuthInfraEnvironment_ts --> module_src_host_orchestrator_projectManager_ts
  module_src_host_secrets_trustedOAuthInfraEnvironment_ts --> module_src_host_secrets_projectSecretService_ts
  module_src_host_studioInfra_e2e_test_ts --> module_src_host_orchestrator_infraRuntime_ts
  module_src_host_studioInfra_e2e_test_ts --> module_src_host_orchestrator_projectManager_ts
  module_src_host_studioInfra_e2e_test_ts --> module_src_host_orchestrator_studioInfraUp_ts
  module_src_host_studioInfra_e2e_test_ts --> module_src_host_secrets_trustedOAuthInfraEnvironment_ts
  module_src_host_studioWorkspaceExpoWeb_smoke_test_ts --> module_src_host_http_serverWithSecrets_ts
  module_src_host_studioWorkspaceExpoWeb_smoke_test_ts --> module_src_host_templateRegistry_index_ts
  module_src_host_templateRegistry_catalog_test_ts --> module_src_host_templateRegistry_index_ts
  module_src_host_templateRegistry_index_ts --> module_src_templateCatalogContracts_ts
  module_src_host_zoraExtensions_index_ts --> module_src_host_templateRegistry_index_ts
  module_src_index_test_ts --> module_src_index_ts
  module_src_index_ts --> module_src_authSettings_ts
  module_src_insertModalModel_public_test_ts --> module_src_index_ts
  module_src_insertModalModel_public_test_ts --> module_src_insertModalModel_ts
  module_src_insertModalModel_test_ts --> module_src_index_ts
  module_src_insertModalModel_test_ts --> module_src_insertModalModel_ts
  module_src_insertModalModel_ts --> module_src_index_ts
  module_src_localizationConfig_public_test_ts --> module_src_localizationConfig_ts
  module_src_localizationConfig_test_ts --> module_src_localizationConfig_ts
  module_src_localizationPanelModel_test_ts --> module_src_localizationPanelModel_ts
  module_src_manifestNavigatorPreviewModel_public_test_ts --> module_src_manifestNavigatorPreviewModel_ts
  module_src_manifestNavigatorPreviewModel_test_ts --> module_src_manifestNavigatorPreviewModel_ts
  module_src_manifestNavigatorPreviewModel_ts --> module_src_routeUtils_ts
  module_src_manifestState_public_test_ts --> module_src_index_ts
  module_src_manifestState_public_test_ts --> module_src_manifestState_ts
  module_src_manifestState_routes_test_ts --> module_src_index_ts
  module_src_manifestState_routes_test_ts --> module_src_manifestState_ts
  module_src_manifestState_test_ts --> module_src_index_ts
  module_src_manifestState_test_ts --> module_src_manifestState_ts
  module_src_manifestState_ts --> module_src_index_ts
  module_src_manifestSync_test_ts --> module_src_index_ts
  module_src_manifestSync_test_ts --> module_src_manifestSync_ts
  module_src_manifestSync_ts --> module_src_index_ts
  module_src_projectAuthApi_test_ts --> module_src_projectAuthApi_ts
  module_src_projectAuthApi_ts --> module_src_projectAuthHealth_ts
  module_src_projectAuthApi_ts --> module_src_secretResponseGuard_ts
  module_src_projectAuthHealth_test_ts --> module_src_projectAuthHealth_ts
  module_src_projectAuthHealth_ts --> module_src_authSettings_ts
  module_src_projectIdentity_test_ts --> module_src_projectIdentity_ts
  module_src_projectIdentity_test_ts --> module_src_projectWorkspaceContracts_ts
  module_src_projectIdentity_ts --> module_src_projectWorkspaceContracts_ts
  module_src_projectSecretApi_test_ts --> module_src_projectSecretApi_ts
  module_src_projectSecretApi_ts --> module_src_projectSecretUsage_ts
  module_src_projectSecretApi_ts --> module_src_secretResponseGuard_ts
  module_src_projectSecretUsage_test_ts --> module_src_projectSecretUsage_ts
  module_src_routeUtils_public_test_ts --> module_src_routeUtils_ts
  module_src_routeUtils_test_ts --> module_src_routeUtils_ts
+   module_src_runtime_previewRegistry_ts --> module_src_runtime_appExtensionRegistry_ts
  module_src_runtime_previewRuntimeConfig_ts --> module_src_runtime_actionSuppression_ts
  module_src_runtime_previewRuntimeConfig_ts --> module_src_runtime_previewRegistry_ts
-   module_src_runtime_registry_tsx --> module_src_runtime_appExtensionRegistry_ts
  module_src_runtime_useRuntimeAction_ts --> module_src_runtime_runtimeActions_ts
  module_src_runtimeDiagnosticsModel_test_ts --> module_src_runtimeDiagnosticsModel_ts
  module_src_runtimeLocalization_public_test_ts --> module_src_runtimeLocalization_ts
  module_src_runtimeLocalization_test_ts --> module_src_runtimeLocalization_ts
  module_src_secretResponseGuard_test_ts --> module_src_secretResponseGuard_ts
  module_src_studioAdminRouteModel_test_ts --> module_src_studioAdminRouteModel_ts
  module_src_studioAdminRouteModel_ts --> module_src_index_ts
  module_src_studioSelectionModel_knip_test_ts --> module_src_studioSelectionModel_ts
  module_src_studioSelectionModel_test_ts --> module_src_studioSelectionModel_ts
  module_src_ui_admin_AnkhAdminPage_tsx --> module_src_core_StudioContext_ts
  module_src_ui_admin_AnkhAdminPage_tsx --> module_src_index_ts
  module_src_ui_admin_AnkhAdminPage_tsx --> module_src_studioAdminRouteModel_ts
  module_src_ui_admin_AnkhAdminPage_tsx --> module_src_ui_admin_pages_ApisAdminPage_tsx
  module_src_ui_admin_AnkhAdminPage_tsx --> module_src_ui_admin_pages_AuthAdminPage_tsx
  module_src_ui_admin_AnkhAdminPage_tsx --> module_src_ui_admin_pages_OverviewAdminPage_tsx
  module_src_ui_admin_AnkhAdminPage_tsx --> module_src_ui_admin_pages_PropertiesAdminPage_tsx
  module_src_ui_admin_AnkhAdminPage_tsx --> module_src_ui_admin_pages_SecretsAdminPage_tsx
  module_src_ui_admin_AnkhAdminPage_tsx --> module_src_ui_admin_pages_ThemeAdminPage_tsx
  module_src_ui_admin_AnkhAdminShell_tsx --> module_src_core_StudioContext_ts
  module_src_ui_admin_AnkhAdminShell_tsx --> module_src_index_ts
  module_src_ui_admin_AnkhAdminShell_tsx --> module_src_studioAdminRouteModel_ts
  module_src_ui_admin_AuthAdminSession_tsx --> module_src_ui_admin_pages_adminAuthCredentialFlow_ts
  module_src_ui_admin_AuthAdminSession_tsx --> module_src_ui_admin_pages_adminAuthSessionModel_ts
  module_src_ui_admin_pages_adminAuthCredentialFlow_test_ts --> module_src_authSettings_ts
  module_src_ui_admin_pages_adminAuthCredentialFlow_test_ts --> module_src_ui_admin_pages_adminAuthCredentialFlow_ts
  module_src_ui_admin_pages_adminAuthCredentialFlow_ts --> module_src_authSettings_ts
  module_src_ui_admin_pages_adminAuthHealthFlow_test_ts --> module_src_projectAuthHealth_ts
  module_src_ui_admin_pages_adminAuthHealthFlow_test_ts --> module_src_ui_admin_pages_adminAuthHealthFlow_ts
  module_src_ui_admin_pages_adminAuthHealthFlow_ts --> module_src_projectAuthHealth_ts
  module_src_ui_admin_pages_adminAuthSessionModel_test_ts --> module_src_authSettings_ts
  module_src_ui_admin_pages_adminAuthSessionModel_test_ts --> module_src_ui_admin_pages_adminAuthCredentialFlow_ts
  module_src_ui_admin_pages_adminAuthSessionModel_test_ts --> module_src_ui_admin_pages_adminAuthSessionModel_ts
  module_src_ui_admin_pages_adminAuthSessionModel_ts --> module_src_authSettings_ts
  module_src_ui_admin_pages_adminAuthSessionModel_ts --> module_src_ui_admin_pages_adminAuthCredentialFlow_ts
  module_src_ui_admin_pages_adminDataSourceOperations_ts --> module_src_ui_admin_adminPageUtils_ts
  module_src_ui_admin_pages_adminThemeModel_test_ts --> module_src_ui_admin_pages_adminThemeModel_ts
  module_src_ui_admin_pages_adminThemeModel_ts --> module_src_index_ts
  module_src_ui_admin_pages_ApisAdminPage_test_ts --> module_src_ui_admin_pages_adminDataSourceOperations_ts
  module_src_ui_admin_pages_ApisAdminPage_tsx --> module_src_core_StudioContext_ts
  module_src_ui_admin_pages_ApisAdminPage_tsx --> module_src_index_ts
  module_src_ui_admin_pages_ApisAdminPage_tsx --> module_src_ui_admin_adminPagePrimitives_tsx
  module_src_ui_admin_pages_ApisAdminPage_tsx --> module_src_ui_admin_adminPageUtils_ts
  module_src_ui_admin_pages_ApisAdminPage_tsx --> module_src_ui_admin_pages_adminDataSourceOperations_ts
  module_src_ui_admin_pages_AuthAdminPage_tsx --> module_src_authSettings_ts
  module_src_ui_admin_pages_AuthAdminPage_tsx --> module_src_core_StudioContext_ts
  module_src_ui_admin_pages_AuthAdminPage_tsx --> module_src_index_ts
  module_src_ui_admin_pages_AuthAdminPage_tsx --> module_src_projectAuthApi_ts
  module_src_ui_admin_pages_AuthAdminPage_tsx --> module_src_projectAuthHealth_ts
  module_src_ui_admin_pages_AuthAdminPage_tsx --> module_src_projectSecretApi_ts
  module_src_ui_admin_pages_AuthAdminPage_tsx --> module_src_ui_admin_AuthAdminSession_tsx
  module_src_ui_admin_pages_AuthAdminPage_tsx --> module_src_ui_admin_pages_adminAuthCredentialFlow_ts
  module_src_ui_admin_pages_AuthAdminPage_tsx --> module_src_ui_admin_pages_adminAuthHealthFlow_ts
  module_src_ui_admin_pages_AuthAdminPage_tsx --> module_src_ui_admin_pages_adminAuthSessionModel_ts
  module_src_ui_admin_pages_OverviewAdminPage_tsx --> module_src_core_StudioContext_ts
  module_src_ui_admin_pages_OverviewAdminPage_tsx --> module_src_ui_admin_adminPagePrimitives_tsx
  module_src_ui_admin_pages_PropertiesAdminPage_tsx --> module_src_core_StudioContext_ts
  module_src_ui_admin_pages_PropertiesAdminPage_tsx --> module_src_manifestState_ts
  module_src_ui_admin_pages_PropertiesAdminPage_tsx --> module_src_ui_admin_adminPagePrimitives_tsx
  module_src_ui_admin_pages_PropertiesAdminPage_tsx --> module_src_ui_admin_adminPageUtils_ts
  module_src_ui_admin_pages_SecretsAdminPage_tsx --> module_src_projectSecretApi_ts
  module_src_ui_admin_pages_SecretsAdminPage_tsx --> module_src_projectSecretUsage_ts
  module_src_ui_admin_pages_SecretsAdminPage_tsx --> module_src_ui_admin_AuthAdminSession_tsx
  module_src_ui_admin_pages_SecretsAdminPage_tsx --> module_src_ui_admin_pages_adminAuthSessionModel_ts
  module_src_ui_admin_pages_ThemeAdminPage_test_ts --> module_src_ui_admin_pages_adminThemeHarmony_ts
  module_src_ui_admin_pages_ThemeAdminPage_tsx --> module_src_core_StudioContext_ts
  module_src_ui_admin_pages_ThemeAdminPage_tsx --> module_src_index_ts
  module_src_ui_admin_pages_ThemeAdminPage_tsx --> module_src_ui_admin_adminPagePrimitives_tsx
  module_src_ui_admin_pages_ThemeAdminPage_tsx --> module_src_ui_admin_pages_adminThemeHarmony_ts
  module_src_ui_admin_pages_ThemeAdminPage_tsx --> module_src_ui_admin_pages_adminThemeModel_ts
  module_src_ui_AnkhStudio_ts --> module_src_core_StudioContext_ts
  module_src_ui_useStudioAppBarAugmentation_ts --> module_src_core_StudioContext_ts
  module_src_ui_useStudioAppBarAugmentation_ts --> module_src_studioAdminRouteModel_ts
  module_src_utils_treeUtils_ts --> module_src_index_ts
  module_src_workspacePlatform_test_ts --> module_src_workspacePlatform_ts
  module_src_workspaceSearch_ts --> module_src_projectWorkspaceContracts_ts
  module_src_workspaceSearch_ts --> module_src_templateCatalogContracts_ts
